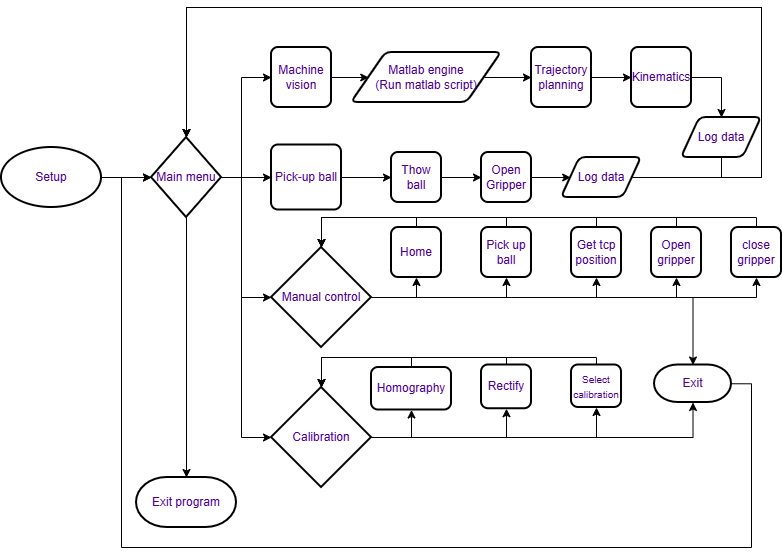
This is latexreport/images/SystemOverview.png from Noah091213/Semester-project-3-Throwbot, a draw.io export, as it was before one commit. Source tidied: cells renumbered, new cells last; positions are measured from the earlier drawing's top-left corner, leaving out a move shared by most shapes.
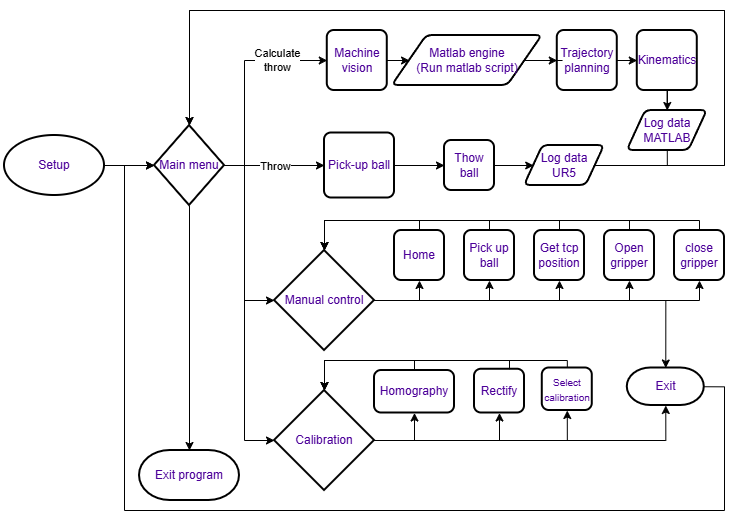
The same file after the commit.

Commit message:
Updated integration flowchart

Change to the diagram source:
```diff
@@ -3,7 +3,7 @@
     <mxCell id="0" />
     <mxCell id="1" parent="0" />
     <mxCell id="2" value="&lt;font style=&quot;color: light-dark(rgb(76, 0, 153), rgb(237, 237, 237));&quot;&gt;Setup&lt;/font&gt;" style="strokeWidth=2;html=1;shape=mxgraph.flowchart.start_1;whiteSpace=wrap;" parent="1" vertex="1">
-      <mxGeometry y="140" width="100" height="60" as="geometry" />
+      <mxGeometry y="125" width="100" height="60" as="geometry" />
     </mxCell>
     <mxCell id="3" style="edgeStyle=orthogonalEdgeStyle;rounded=0;jettySize=auto;html=1;entryX=0.5;entryY=0;entryDx=0;entryDy=0;entryPerimeter=0;exitX=0.5;exitY=1;exitDx=0;exitDy=0;exitPerimeter=0;" parent="1" edge="1" source="6" target="8">
       <mxGeometry relative="1" as="geometry" />
@@ -11,70 +11,79 @@
     <mxCell id="4" style="edgeStyle=orthogonalEdgeStyle;rounded=0;jettySize=auto;html=1;" parent="1" edge="1" source="6" target="16">
       <mxGeometry relative="1" as="geometry" />
     </mxCell>
+    <mxCell id="60" value="Throw" style="edgeLabel;html=1;align=center;verticalAlign=middle;" parent="4" vertex="1">
+      <mxGeometry x="0.01" y="-1" relative="1" as="geometry" />
+    </mxCell>
     <mxCell id="5" style="edgeStyle=orthogonalEdgeStyle;rounded=0;jettySize=auto;html=1;entryX=0;entryY=0.5;entryDx=0;entryDy=0;" parent="1" edge="1" source="6" target="12">
       <mxGeometry relative="1" as="geometry">
         <Array as="points">
-          <mxPoint x="240" y="170" />
-          <mxPoint x="240" y="70" />
+          <mxPoint x="240" y="155" />
+          <mxPoint x="240" y="50" />
         </Array>
       </mxGeometry>
     </mxCell>
+    <mxCell id="61" value="Calculate&lt;br&gt;throw" style="edgeLabel;html=1;align=center;verticalAlign=middle;" parent="5" vertex="1">
+      <mxGeometry x="0.42" y="-3" relative="1" as="geometry">
+        <mxPoint x="10" y="-3" as="offset" />
+      </mxGeometry>
+    </mxCell>
     <mxCell id="6" value="&lt;font style=&quot;color: rgb(76, 0, 153);&quot;&gt;Main menu&lt;/font&gt;" style="strokeWidth=2;html=1;shape=mxgraph.flowchart.decision;whiteSpace=wrap;" parent="1" vertex="1">
-      <mxGeometry x="150" y="130" width="70" height="80" as="geometry" />
+      <mxGeometry x="150" y="115" width="70" height="80" as="geometry" />
     </mxCell>
     <mxCell id="7" style="edgeStyle=orthogonalEdgeStyle;rounded=0;jettySize=auto;html=1;entryX=0;entryY=0.5;entryDx=0;entryDy=0;entryPerimeter=0;" parent="1" edge="1" source="2" target="6">
       <mxGeometry relative="1" as="geometry" />
     </mxCell>
     <mxCell id="8" value="&lt;font style=&quot;color: rgb(76, 0, 153);&quot;&gt;Exit program&lt;/font&gt;" style="strokeWidth=2;html=1;shape=mxgraph.flowchart.terminator;whiteSpace=wrap;" parent="1" vertex="1">
-      <mxGeometry x="135" y="470" width="100" height="50" as="geometry" />
+      <mxGeometry x="135" y="440" width="100" height="50" as="geometry" />
     </mxCell>
     <mxCell id="9" style="edgeStyle=orthogonalEdgeStyle;rounded=0;jettySize=auto;html=1;entryX=0;entryY=0.5;entryDx=0;entryDy=0;" parent="1" edge="1" source="10" target="14">
       <mxGeometry relative="1" as="geometry" />
     </mxCell>
     <mxCell id="10" value="&lt;font style=&quot;color: rgb(76, 0, 153);&quot;&gt;Trajectory planning&lt;/font&gt;" style="rounded=1;whiteSpace=wrap;html=1;absoluteArcSize=1;arcSize=14;strokeWidth=2;" parent="1" vertex="1">
-      <mxGeometry x="530" y="40" width="60" height="60" as="geometry" />
+      <mxGeometry x="552.8" y="20" width="60" height="60" as="geometry" />
     </mxCell>
     <mxCell id="11" style="edgeStyle=orthogonalEdgeStyle;rounded=0;jettySize=auto;html=1;entryX=0;entryY=0.5;entryDx=0;entryDy=0;" parent="1" edge="1" source="12" target="18">
       <mxGeometry relative="1" as="geometry" />
     </mxCell>
     <mxCell id="12" value="&lt;font style=&quot;color: rgb(76, 0, 153);&quot;&gt;Machine vision&lt;/font&gt;" style="rounded=1;whiteSpace=wrap;html=1;absoluteArcSize=1;arcSize=14;strokeWidth=2;" parent="1" vertex="1">
-      <mxGeometry x="270" y="40" width="60" height="60" as="geometry" />
+      <mxGeometry x="322.8" y="20" width="60" height="60" as="geometry" />
     </mxCell>
-    <mxCell id="13" style="edgeStyle=orthogonalEdgeStyle;rounded=0;jettySize=auto;html=1;entryX=0.5;entryY=0;entryDx=0;entryDy=0;exitX=1;exitY=0.5;exitDx=0;exitDy=0;" parent="1" edge="1" source="14" target="46">
+    <mxCell id="13" style="edgeStyle=orthogonalEdgeStyle;rounded=0;jettySize=auto;html=1;entryX=0.5;entryY=0;entryDx=0;entryDy=0;" parent="1" edge="1" source="14" target="46">
       <mxGeometry relative="1" as="geometry" />
     </mxCell>
     <mxCell id="14" value="&lt;font style=&quot;color: rgb(76, 0, 153);&quot;&gt;Kinematics&lt;/font&gt;" style="rounded=1;whiteSpace=wrap;html=1;absoluteArcSize=1;arcSize=14;strokeWidth=2;" parent="1" vertex="1">
-      <mxGeometry x="630" y="40" width="60" height="60" as="geometry" />
+      <mxGeometry x="632.8" y="20" width="60" height="60" as="geometry" />
     </mxCell>
-    <mxCell id="15" style="edgeStyle=orthogonalEdgeStyle;rounded=0;jettySize=auto;html=1;entryX=0;entryY=0.5;entryDx=0;entryDy=0;" parent="1" edge="1" source="16" target="20">
+    <mxCell id="15" style="edgeStyle=orthogonalEdgeStyle;rounded=0;jettySize=auto;html=1;entryX=0;entryY=0.5;entryDx=0;entryDy=0;exitX=0.857;exitY=0.5;exitDx=0;exitDy=0;exitPerimeter=0;" parent="1" edge="1" source="16" target="20">
       <mxGeometry relative="1" as="geometry" />
     </mxCell>
     <mxCell id="16" value="&lt;font style=&quot;color: rgb(76, 0, 153);&quot;&gt;Pick-up ball&lt;/font&gt;" style="rounded=1;whiteSpace=wrap;html=1;absoluteArcSize=1;arcSize=14;strokeWidth=2;" parent="1" vertex="1">
-      <mxGeometry x="270" y="137.5" width="70" height="65" as="geometry" />
+      <mxGeometry x="320" y="122.5" width="70" height="65" as="geometry" />
     </mxCell>
     <mxCell id="17" style="edgeStyle=orthogonalEdgeStyle;rounded=0;jettySize=auto;html=1;entryX=0;entryY=0.5;entryDx=0;entryDy=0;" parent="1" edge="1" source="18" target="10">
       <mxGeometry relative="1" as="geometry" />
     </mxCell>
     <mxCell id="18" value="&lt;font style=&quot;color: rgb(76, 0, 153);&quot;&gt;Matlab engine&lt;/font&gt;&lt;div&gt;&lt;font style=&quot;color: rgb(76, 0, 153);&quot;&gt;(Run matlab script)&lt;/font&gt;&lt;/div&gt;" style="shape=parallelogram;html=1;strokeWidth=2;perimeter=parallelogramPerimeter;whiteSpace=wrap;rounded=1;arcSize=12;size=0.23;" parent="1" vertex="1">
-      <mxGeometry x="350" y="45" width="150" height="50" as="geometry" />
+      <mxGeometry x="387.8" y="25" width="150" height="50" as="geometry" />
     </mxCell>
-    <mxCell id="19" style="edgeStyle=orthogonalEdgeStyle;rounded=0;jettySize=auto;html=1;entryX=0;entryY=0.5;entryDx=0;entryDy=0;" parent="1" edge="1" source="20" target="43">
+    <mxCell id="19" style="edgeStyle=orthogonalEdgeStyle;rounded=0;jettySize=auto;html=1;entryX=0;entryY=0.5;entryDx=0;entryDy=0;" parent="1" edge="1" source="20" target="22">
       <mxGeometry relative="1" as="geometry" />
     </mxCell>
     <mxCell id="20" value="&lt;font style=&quot;color: rgb(76, 0, 153);&quot;&gt;Thow ball&lt;/font&gt;" style="rounded=1;whiteSpace=wrap;html=1;absoluteArcSize=1;arcSize=14;strokeWidth=2;" parent="1" vertex="1">
-      <mxGeometry x="390" y="145" width="50" height="50" as="geometry" />
+      <mxGeometry x="440" y="130" width="50" height="50" as="geometry" />
     </mxCell>
-    <mxCell id="21" style="edgeStyle=orthogonalEdgeStyle;rounded=0;jettySize=auto;html=1;entryX=0.5;entryY=0;entryDx=0;entryDy=0;entryPerimeter=0;" parent="1" edge="1" source="22" target="6">
+    <mxCell id="21" style="edgeStyle=orthogonalEdgeStyle;rounded=0;jettySize=auto;html=1;entryX=0.5;entryY=0;entryDx=0;entryDy=0;entryPerimeter=0;exitX=0.86;exitY=0.59;exitDx=0;exitDy=0;exitPerimeter=0;" parent="1" edge="1" source="22" target="6">
       <mxGeometry relative="1" as="geometry">
         <Array as="points">
-          <mxPoint x="760" y="170" />
-          <mxPoint x="760" />
+          <mxPoint x="589" y="155" />
+          <mxPoint x="720" y="155" />
+          <mxPoint x="720" />
           <mxPoint x="185" />
         </Array>
       </mxGeometry>
     </mxCell>
-    <mxCell id="22" value="&lt;font style=&quot;color: rgb(76, 0, 153);&quot;&gt;Log data&lt;/font&gt;" style="shape=parallelogram;html=1;strokeWidth=2;perimeter=parallelogramPerimeter;whiteSpace=wrap;rounded=1;arcSize=12;size=0.23;" parent="1" vertex="1">
-      <mxGeometry x="560" y="150" width="80" height="40" as="geometry" />
+    <mxCell id="22" value="&lt;font style=&quot;color: rgb(76, 0, 153);&quot;&gt;Log data&lt;br&gt;UR5&lt;/font&gt;" style="shape=parallelogram;html=1;strokeWidth=2;perimeter=parallelogramPerimeter;whiteSpace=wrap;rounded=1;arcSize=12;size=0.23;" parent="1" vertex="1">
+      <mxGeometry x="520" y="135" width="80" height="40" as="geometry" />
     </mxCell>
     <mxCell id="23" style="edgeStyle=orthogonalEdgeStyle;rounded=0;jettySize=auto;html=1;entryX=0.5;entryY=1;entryDx=0;entryDy=0;" parent="1" edge="1" source="24" target="31">
       <mxGeometry relative="1" as="geometry" />
@@ -98,119 +107,89 @@
     <mxCell id="28" value="&lt;font style=&quot;color: rgb(76, 0, 153);&quot;&gt;Calibration&lt;/font&gt;" style="strokeWidth=2;html=1;shape=mxgraph.flowchart.decision;whiteSpace=wrap;" parent="1" vertex="1">
       <mxGeometry x="270" y="380" width="100" height="100" as="geometry" />
     </mxCell>
-    <mxCell id="29" style="edgeStyle=orthogonalEdgeStyle;rounded=0;jettySize=auto;html=1;entryX=0;entryY=0.5;entryDx=0;entryDy=0;entryPerimeter=0;" parent="1" edge="1" source="6" target="24">
-      <mxGeometry relative="1" as="geometry">
-        <Array as="points">
-          <mxPoint x="240" y="170" />
-          <mxPoint x="240" y="290" />
-        </Array>
-      </mxGeometry>
-    </mxCell>
-    <mxCell id="30" style="edgeStyle=orthogonalEdgeStyle;rounded=0;jettySize=auto;html=1;entryX=0;entryY=0.5;entryDx=0;entryDy=0;entryPerimeter=0;exitX=1;exitY=0.5;exitDx=0;exitDy=0;exitPerimeter=0;" parent="1" edge="1" source="6" target="28">
-      <mxGeometry relative="1" as="geometry">
-        <Array as="points">
-          <mxPoint x="240" y="170" />
-          <mxPoint x="240" y="430" />
-        </Array>
-      </mxGeometry>
-    </mxCell>
     <mxCell id="31" value="&lt;font style=&quot;color: rgb(76, 0, 153);&quot;&gt;Home&lt;/font&gt;" style="rounded=1;whiteSpace=wrap;html=1;absoluteArcSize=1;arcSize=14;strokeWidth=2;" parent="1" vertex="1">
       <mxGeometry x="390" y="220" width="50" height="50" as="geometry" />
     </mxCell>
     <mxCell id="32" value="&lt;font style=&quot;color: rgb(76, 0, 153);&quot;&gt;Pick up ball&lt;/font&gt;" style="rounded=1;whiteSpace=wrap;html=1;absoluteArcSize=1;arcSize=14;strokeWidth=2;" parent="1" vertex="1">
-      <mxGeometry x="480" y="220" width="50" height="50" as="geometry" />
+      <mxGeometry x="460" y="220" width="50" height="50" as="geometry" />
     </mxCell>
     <mxCell id="33" value="&lt;font style=&quot;color: rgb(76, 0, 153);&quot;&gt;Get tcp position&lt;span style=&quot;font-family: monospace; font-size: 0px; text-align: start; text-wrap-mode: nowrap; color: rgba(0, 0, 0, 0);&quot;&gt;%3CmxGraphModel%3E%3Croot%3E%3CmxCell%20id%3D%220%22%2F%3E%3CmxCell%20id%3D%221%22%20parent%3D%220%22%2F%3E%3CmxCell%20id%3D%222%22%20parent%3D%221%22%20style%3D%22rounded%3D1%3BwhiteSpace%3Dwrap%3Bhtml%3D1%3BabsoluteArcSize%3D1%3BarcSize%3D14%3BstrokeWidth%3D2%3B%22%20value%3D%22Home%22%20vertex%3D%221%22%3E%3CmxGeometry%20height%3D%2270%22%20width%3D%2270%22%20x%3D%22350%22%20y%3D%22540%22%20as%3D%22geometry%22%2F%3E%3C%2FmxCell%3E%3C%2Froot%3E%3C%2FmxGraphModel%3E&lt;/span&gt;&lt;/font&gt;" style="rounded=1;whiteSpace=wrap;html=1;absoluteArcSize=1;arcSize=14;strokeWidth=2;" parent="1" vertex="1">
-      <mxGeometry x="570" y="220" width="50" height="50" as="geometry" />
+      <mxGeometry x="530" y="220" width="50" height="50" as="geometry" />
     </mxCell>
     <mxCell id="34" style="edgeStyle=orthogonalEdgeStyle;rounded=0;jettySize=auto;html=1;entryX=0.5;entryY=0;entryDx=0;entryDy=0;entryPerimeter=0;" parent="1" edge="1" source="35" target="24">
       <mxGeometry relative="1" as="geometry">
         <Array as="points">
-          <mxPoint x="675" y="210" />
+          <mxPoint x="625" y="210" />
           <mxPoint x="320" y="210" />
         </Array>
       </mxGeometry>
     </mxCell>
     <mxCell id="35" value="&lt;font style=&quot;color: rgb(76, 0, 153);&quot;&gt;Open gripper&lt;/font&gt;" style="rounded=1;whiteSpace=wrap;html=1;absoluteArcSize=1;arcSize=14;strokeWidth=2;" parent="1" vertex="1">
-      <mxGeometry x="650" y="220" width="50" height="50" as="geometry" />
+      <mxGeometry x="600" y="220" width="50" height="50" as="geometry" />
     </mxCell>
     <mxCell id="36" value="&lt;font style=&quot;color: rgb(76, 0, 153);&quot;&gt;close gripper&lt;/font&gt;" style="rounded=1;whiteSpace=wrap;html=1;absoluteArcSize=1;arcSize=14;strokeWidth=2;" parent="1" vertex="1">
-      <mxGeometry x="730" y="220" width="50" height="50" as="geometry" />
+      <mxGeometry x="670" y="220" width="50" height="50" as="geometry" />
     </mxCell>
     <mxCell id="37" value="&lt;font style=&quot;color: light-dark(rgb(76, 0, 153), rgb(255, 159, 255));&quot;&gt;Homography&lt;/font&gt;" style="rounded=1;whiteSpace=wrap;html=1;absoluteArcSize=1;arcSize=14;strokeWidth=2;" parent="1" vertex="1">
       <mxGeometry x="370" y="360" width="80" height="42.5" as="geometry" />
     </mxCell>
     <mxCell id="38" value="&lt;font style=&quot;color: rgb(76, 0, 153);&quot;&gt;Rectify&lt;/font&gt;" style="rounded=1;whiteSpace=wrap;html=1;absoluteArcSize=1;arcSize=14;strokeWidth=2;" parent="1" vertex="1">
-      <mxGeometry x="480" y="357.5" width="50" height="43.8" as="geometry" />
+      <mxGeometry x="470" y="358.8" width="50" height="43.8" as="geometry" />
     </mxCell>
     <mxCell id="39" value="&lt;font style=&quot;font-size: 10px; color: rgb(76, 0, 153);&quot;&gt;Select calibration&lt;/font&gt;" style="rounded=1;whiteSpace=wrap;html=1;absoluteArcSize=1;arcSize=14;strokeWidth=2;" parent="1" vertex="1">
-      <mxGeometry x="570" y="357.5" width="50" height="42.5" as="geometry" />
+      <mxGeometry x="537.8" y="357.5" width="50" height="42.5" as="geometry" />
     </mxCell>
     <mxCell id="40" value="&lt;font style=&quot;color: rgb(76, 0, 153);&quot;&gt;Exit&lt;/font&gt;" style="strokeWidth=2;html=1;shape=mxgraph.flowchart.terminator;whiteSpace=wrap;" parent="1" vertex="1">
-      <mxGeometry x="653" y="357.5" width="77" height="37.5" as="geometry" />
+      <mxGeometry x="622.8" y="357.5" width="77" height="37.5" as="geometry" />
     </mxCell>
     <mxCell id="41" style="edgeStyle=orthogonalEdgeStyle;rounded=0;jettySize=auto;html=1;entryX=0.5;entryY=1;entryDx=0;entryDy=0;entryPerimeter=0;" parent="1" edge="1" source="28" target="40">
       <mxGeometry relative="1" as="geometry" />
     </mxCell>
-    <mxCell id="42" style="edgeStyle=orthogonalEdgeStyle;rounded=0;jettySize=auto;html=1;exitX=1;exitY=0.5;exitDx=0;exitDy=0;entryX=0;entryY=0.5;entryDx=0;entryDy=0;" parent="1" edge="1" source="43" target="22">
-      <mxGeometry relative="1" as="geometry" />
-    </mxCell>
-    <mxCell id="43" value="&lt;font style=&quot;color: rgb(76, 0, 153);&quot;&gt;Open Gripper&lt;/font&gt;" style="rounded=1;whiteSpace=wrap;html=1;absoluteArcSize=1;arcSize=14;strokeWidth=2;" parent="1" vertex="1">
-      <mxGeometry x="480" y="145" width="50" height="50" as="geometry" />
-    </mxCell>
-    <mxCell id="44" style="edgeStyle=orthogonalEdgeStyle;rounded=0;jettySize=auto;html=1;entryX=0.5;entryY=0;entryDx=0;entryDy=0;entryPerimeter=0;" parent="1" edge="1" source="46" target="6">
-      <mxGeometry relative="1" as="geometry">
-        <Array as="points">
-          <mxPoint x="760" />
-          <mxPoint x="185" />
-        </Array>
-      </mxGeometry>
-    </mxCell>
     <mxCell id="45" style="edgeStyle=orthogonalEdgeStyle;rounded=0;jettySize=auto;html=1;exitX=0.5;exitY=1;exitDx=0;exitDy=0;entryX=0.5;entryY=0;entryDx=0;entryDy=0;entryPerimeter=0;" parent="1" edge="1" source="46" target="6">
       <mxGeometry relative="1" as="geometry">
         <Array as="points">
-          <mxPoint x="720" y="170" />
-          <mxPoint x="760" y="170" />
-          <mxPoint x="760" />
+          <mxPoint x="663" y="155" />
+          <mxPoint x="720" y="155" />
+          <mxPoint x="720" />
           <mxPoint x="185" />
         </Array>
       </mxGeometry>
     </mxCell>
-    <mxCell id="46" value="&lt;font style=&quot;color: rgb(76, 0, 153);&quot;&gt;Log data&lt;/font&gt;" style="shape=parallelogram;html=1;strokeWidth=2;perimeter=parallelogramPerimeter;whiteSpace=wrap;rounded=1;arcSize=12;size=0.23;" parent="1" vertex="1">
-      <mxGeometry x="680" y="110" width="80" height="40" as="geometry" />
+    <mxCell id="46" value="&lt;font style=&quot;color: rgb(76, 0, 153);&quot;&gt;Log data&lt;/font&gt;&lt;div&gt;&lt;font style=&quot;color: rgb(76, 0, 153);&quot;&gt;MATLAB&lt;/font&gt;&lt;/div&gt;" style="shape=parallelogram;html=1;strokeWidth=2;perimeter=parallelogramPerimeter;whiteSpace=wrap;rounded=1;arcSize=12;size=0.23;" parent="1" vertex="1">
+      <mxGeometry x="622.8" y="100" width="80" height="40" as="geometry" />
     </mxCell>
     <mxCell id="47" style="endArrow=classic;html=1;rounded=0;entryX=0.5;entryY=1;entryDx=0;entryDy=0;exitX=1;exitY=0.5;exitDx=0;exitDy=0;exitPerimeter=0;" parent="1" edge="1" source="24" target="32">
       <mxGeometry relative="1" as="geometry">
         <Array as="points">
-          <mxPoint x="505" y="290" />
+          <mxPoint x="485" y="290" />
         </Array>
       </mxGeometry>
     </mxCell>
     <mxCell id="48" style="endArrow=classic;html=1;rounded=0;entryX=0.5;entryY=1;entryDx=0;entryDy=0;exitX=1;exitY=0.5;exitDx=0;exitDy=0;exitPerimeter=0;" parent="1" edge="1" source="24" target="33">
       <mxGeometry relative="1" as="geometry">
         <Array as="points">
-          <mxPoint x="595" y="290" />
+          <mxPoint x="555" y="290" />
         </Array>
       </mxGeometry>
     </mxCell>
     <mxCell id="49" style="endArrow=classic;html=1;rounded=0;entryX=0.5;entryY=1;entryDx=0;entryDy=0;exitX=1;exitY=0.5;exitDx=0;exitDy=0;exitPerimeter=0;" parent="1" edge="1" source="24" target="35">
       <mxGeometry relative="1" as="geometry">
         <Array as="points">
-          <mxPoint x="675" y="290" />
+          <mxPoint x="625" y="290" />
         </Array>
       </mxGeometry>
     </mxCell>
     <mxCell id="50" style="endArrow=classic;html=1;rounded=0;entryX=0.5;entryY=1;entryDx=0;entryDy=0;exitX=1;exitY=0.5;exitDx=0;exitDy=0;exitPerimeter=0;" parent="1" edge="1" source="24" target="36">
       <mxGeometry relative="1" as="geometry">
         <Array as="points">
-          <mxPoint x="755" y="290" />
+          <mxPoint x="695" y="290" />
         </Array>
       </mxGeometry>
     </mxCell>
     <mxCell id="51" style="endArrow=classic;html=1;rounded=0;entryX=0.5;entryY=0;entryDx=0;entryDy=0;entryPerimeter=0;exitX=0.5;exitY=0;exitDx=0;exitDy=0;" parent="1" edge="1" source="36" target="24">
       <mxGeometry relative="1" as="geometry">
         <Array as="points">
-          <mxPoint x="755" y="210" />
+          <mxPoint x="695" y="210" />
           <mxPoint x="320" y="210" />
         </Array>
       </mxGeometry>
@@ -222,16 +201,16 @@
     </mxCell>
     <mxCell id="53" style="endArrow=none;html=1;rounded=0;exitX=0.5;exitY=0;exitDx=0;exitDy=0;" parent="1" edge="1" source="32">
       <mxGeometry relative="1" as="geometry">
-        <mxPoint x="505" y="220" as="targetPoint" />
+        <mxPoint x="485" y="220" as="targetPoint" />
         <Array as="points">
-          <mxPoint x="505" y="210" />
+          <mxPoint x="485" y="210" />
         </Array>
       </mxGeometry>
     </mxCell>
     <mxCell id="54" style="edgeStyle=orthogonalEdgeStyle;rounded=0;jettySize=auto;html=1;exitX=0.5;exitY=0;exitDx=0;exitDy=0;entryX=0.5;entryY=0;entryDx=0;entryDy=0;entryPerimeter=0;" parent="1" edge="1" source="33" target="24">
       <mxGeometry relative="1" as="geometry">
         <Array as="points">
-          <mxPoint x="595" y="210" />
+          <mxPoint x="555" y="210" />
           <mxPoint x="320" y="210" />
         </Array>
       </mxGeometry>
@@ -239,20 +218,17 @@
     <mxCell id="55" style="edgeStyle=orthogonalEdgeStyle;rounded=0;jettySize=auto;html=1;entryX=0;entryY=0.5;entryDx=0;entryDy=0;entryPerimeter=0;exitX=1;exitY=0.5;exitDx=0;exitDy=0;exitPerimeter=0;" parent="1" edge="1" source="40" target="6">
       <mxGeometry relative="1" as="geometry">
         <Array as="points">
-          <mxPoint x="750" y="376" />
-          <mxPoint x="750" y="540" />
-          <mxPoint x="120" y="540" />
-          <mxPoint x="120" y="170" />
+          <mxPoint x="720" y="376" />
+          <mxPoint x="720" y="500" />
+          <mxPoint x="120" y="500" />
+          <mxPoint x="120" y="155" />
         </Array>
       </mxGeometry>
     </mxCell>
-    <mxCell id="56" style="edgeStyle=orthogonalEdgeStyle;rounded=0;jettySize=auto;html=1;entryX=0.5;entryY=0;entryDx=0;entryDy=0;entryPerimeter=0;" parent="1" edge="1" source="24" target="40">
-      <mxGeometry relative="1" as="geometry" />
-    </mxCell>
     <mxCell id="57" style="edgeStyle=orthogonalEdgeStyle;rounded=0;jettySize=auto;html=1;entryX=0.5;entryY=0;entryDx=0;entryDy=0;entryPerimeter=0;" parent="1" edge="1" source="39" target="28">
       <mxGeometry relative="1" as="geometry">
         <Array as="points">
-          <mxPoint x="595" y="350" />
+          <mxPoint x="563" y="350" />
           <mxPoint x="320" y="350" />
         </Array>
       </mxGeometry>
@@ -273,5 +249,24 @@
         </Array>
       </mxGeometry>
     </mxCell>
+    <mxCell id="29" style="edgeStyle=orthogonalEdgeStyle;rounded=0;jettySize=auto;html=1;entryX=0;entryY=0.5;entryDx=0;entryDy=0;entryPerimeter=0;" parent="1" edge="1" source="6" target="24">
+      <mxGeometry relative="1" as="geometry">
+        <Array as="points">
+          <mxPoint x="240" y="155" />
+          <mxPoint x="240" y="290" />
+        </Array>
+      </mxGeometry>
+    </mxCell>
+    <mxCell id="30" style="edgeStyle=orthogonalEdgeStyle;rounded=0;jettySize=auto;html=1;entryX=0;entryY=0.5;entryDx=0;entryDy=0;entryPerimeter=0;" parent="1" edge="1" source="6" target="28">
+      <mxGeometry relative="1" as="geometry">
+        <Array as="points">
+          <mxPoint x="240" y="155" />
+          <mxPoint x="240" y="430" />
+        </Array>
+      </mxGeometry>
+    </mxCell>
+    <mxCell id="56" style="edgeStyle=orthogonalEdgeStyle;rounded=0;jettySize=auto;html=1;entryX=0.5;entryY=0;entryDx=0;entryDy=0;entryPerimeter=0;" parent="1" edge="1" source="24" target="40">
+      <mxGeometry relative="1" as="geometry" />
+    </mxCell>
   </root>
 </mxGraphModel>
```
